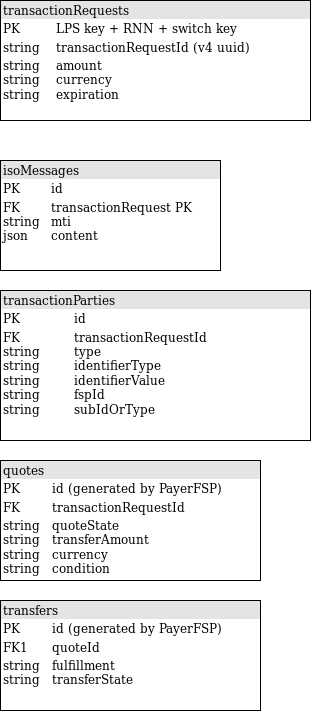
This is media/Adaptor-database-schema.png from mojaloop/mojaloop-adapter, a draw.io export, as it was before one commit. Source tidied: cells renumbered, new cells last; positions are measured from the earlier drawing's top-left corner, leaving out a move shared by most shapes.
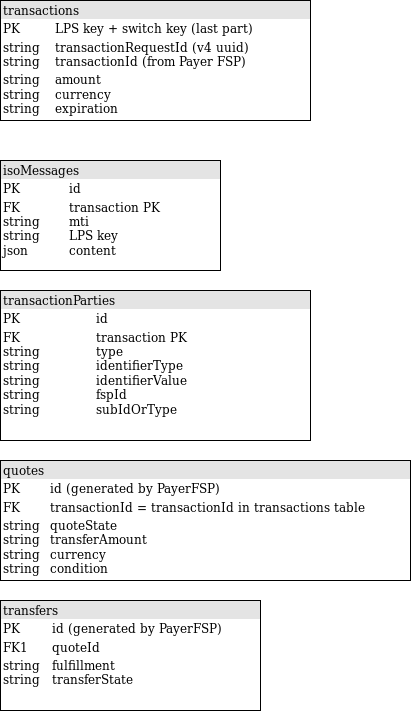
After the change.

What changed in the source:
```diff
@@ -2,17 +2,17 @@
   <root>
     <mxCell id="0" />
     <mxCell id="1" parent="0" />
-    <mxCell id="2" value="&lt;div style=&quot;box-sizing: border-box ; width: 100% ; background: #e4e4e4 ; padding: 2px&quot;&gt;transactionRequests&lt;br&gt;&lt;/div&gt;&lt;table style=&quot;width: 100% ; font-size: 1em&quot; cellspacing=&quot;0&quot; cellpadding=&quot;2&quot;&gt;&lt;tbody&gt;&lt;tr&gt;&lt;td&gt;PK&lt;/td&gt;&lt;td&gt;LPS key + RNN + switch key&lt;br&gt;&lt;/td&gt;&lt;/tr&gt;&lt;tr&gt;&lt;td&gt;string&lt;br&gt;&lt;/td&gt;&lt;td&gt;transactionRequestId (v4 uuid)&lt;br&gt;&lt;/td&gt;&lt;/tr&gt;&lt;tr&gt;&lt;td&gt;string&lt;br&gt;string&lt;br&gt;string&lt;br&gt;&lt;/td&gt;&lt;td&gt;amount&lt;br&gt;currency&lt;br&gt;expiration&lt;br&gt;&lt;/td&gt;&lt;/tr&gt;&lt;/tbody&gt;&lt;/table&gt;" style="verticalAlign=top;align=left;overflow=fill;html=1;" parent="1" vertex="1">
+    <mxCell id="2" value="&lt;div style=&quot;box-sizing: border-box ; width: 100% ; background: #e4e4e4 ; padding: 2px&quot;&gt;transactions&lt;br&gt;&lt;/div&gt;&lt;table style=&quot;width: 100% ; font-size: 1em&quot; cellspacing=&quot;0&quot; cellpadding=&quot;2&quot;&gt;&lt;tbody&gt;&lt;tr&gt;&lt;td&gt;PK&lt;/td&gt;&lt;td&gt;LPS key + switch key (last part)&lt;br&gt;&lt;/td&gt;&lt;/tr&gt;&lt;tr&gt;&lt;td&gt;string&lt;br&gt;string&lt;br&gt;&lt;/td&gt;&lt;td&gt;transactionRequestId (v4 uuid)&lt;br&gt;transactionId (from Payer FSP)&lt;br&gt;&lt;/td&gt;&lt;/tr&gt;&lt;tr&gt;&lt;td&gt;string&lt;br&gt;string&lt;br&gt;string&lt;br&gt;&lt;/td&gt;&lt;td&gt;amount&lt;br&gt;currency&lt;br&gt;expiration&lt;br&gt;&lt;/td&gt;&lt;/tr&gt;&lt;/tbody&gt;&lt;/table&gt;" style="verticalAlign=top;align=left;overflow=fill;html=1;" parent="1" vertex="1">
       <mxGeometry width="310" height="120" as="geometry" />
     </mxCell>
-    <mxCell id="3" value="&lt;div style=&quot;box-sizing: border-box ; width: 100% ; background: #e4e4e4 ; padding: 2px&quot;&gt;isoMessages&lt;/div&gt;&lt;table style=&quot;width: 100% ; font-size: 1em&quot; cellspacing=&quot;0&quot; cellpadding=&quot;2&quot;&gt;&lt;tbody&gt;&lt;tr&gt;&lt;td&gt;PK&lt;/td&gt;&lt;td&gt;id&lt;br&gt;&lt;/td&gt;&lt;/tr&gt;&lt;tr&gt;&lt;td&gt;FK&lt;br&gt;string&lt;br&gt;json&lt;br&gt;&lt;/td&gt;&lt;td&gt;transactionRequest PK&lt;br&gt;mti&lt;br&gt;content&lt;br&gt;&lt;/td&gt;&lt;/tr&gt;&lt;tr&gt;&lt;td&gt;&lt;br&gt;&lt;/td&gt;&lt;td&gt;&lt;br&gt;&lt;/td&gt;&lt;/tr&gt;&lt;/tbody&gt;&lt;/table&gt;" style="verticalAlign=top;align=left;overflow=fill;html=1;" parent="1" vertex="1">
+    <mxCell id="3" value="&lt;div style=&quot;box-sizing: border-box ; width: 100% ; background: #e4e4e4 ; padding: 2px&quot;&gt;isoMessages&lt;/div&gt;&lt;table style=&quot;width: 100% ; font-size: 1em&quot; cellspacing=&quot;0&quot; cellpadding=&quot;2&quot;&gt;&lt;tbody&gt;&lt;tr&gt;&lt;td&gt;PK&lt;/td&gt;&lt;td&gt;id&lt;br&gt;&lt;/td&gt;&lt;/tr&gt;&lt;tr&gt;&lt;td&gt;FK&lt;br&gt;string&lt;br&gt;string&lt;br&gt;json&lt;br&gt;&lt;/td&gt;&lt;td&gt;transaction PK&lt;br&gt;mti&lt;br&gt;LPS key&lt;br&gt;content&lt;br&gt;&lt;/td&gt;&lt;/tr&gt;&lt;tr&gt;&lt;td&gt;&lt;br&gt;&lt;/td&gt;&lt;td&gt;&lt;br&gt;&lt;/td&gt;&lt;/tr&gt;&lt;/tbody&gt;&lt;/table&gt;" style="verticalAlign=top;align=left;overflow=fill;html=1;" parent="1" vertex="1">
       <mxGeometry y="160" width="220" height="110" as="geometry" />
     </mxCell>
-    <mxCell id="4" value="&lt;div style=&quot;box-sizing: border-box ; width: 100% ; background: #e4e4e4 ; padding: 2px&quot;&gt;transactionParties&lt;br&gt;&lt;/div&gt;&lt;table style=&quot;width: 100% ; font-size: 1em&quot; cellspacing=&quot;0&quot; cellpadding=&quot;2&quot;&gt;&lt;tbody&gt;&lt;tr&gt;&lt;td&gt;PK&lt;/td&gt;&lt;td&gt;id&lt;/td&gt;&lt;/tr&gt;&lt;tr&gt;&lt;td&gt;FK&lt;br&gt;string&lt;br&gt;string&lt;br&gt;string&lt;br&gt;string&lt;br&gt;string&lt;br&gt;&lt;/td&gt;&lt;td&gt;transactionRequestId&lt;br&gt;type&lt;br&gt;identifierType&lt;br&gt;identifierValue&lt;br&gt;fspId&lt;br&gt;subIdOrType&lt;br&gt;&lt;/td&gt;&lt;/tr&gt;&lt;tr&gt;&lt;td&gt;&lt;br&gt;&lt;/td&gt;&lt;td&gt;&lt;br&gt;&lt;/td&gt;&lt;/tr&gt;&lt;/tbody&gt;&lt;/table&gt;" style="verticalAlign=top;align=left;overflow=fill;html=1;" parent="1" vertex="1">
+    <mxCell id="4" value="&lt;div style=&quot;box-sizing: border-box ; width: 100% ; background: #e4e4e4 ; padding: 2px&quot;&gt;transactionParties&lt;br&gt;&lt;/div&gt;&lt;table style=&quot;width: 100% ; font-size: 1em&quot; cellspacing=&quot;0&quot; cellpadding=&quot;2&quot;&gt;&lt;tbody&gt;&lt;tr&gt;&lt;td&gt;PK&lt;/td&gt;&lt;td&gt;id&lt;/td&gt;&lt;/tr&gt;&lt;tr&gt;&lt;td&gt;FK&lt;br&gt;string&lt;br&gt;string&lt;br&gt;string&lt;br&gt;string&lt;br&gt;string&lt;br&gt;&lt;/td&gt;&lt;td&gt;transaction PK&lt;br&gt;type&lt;br&gt;identifierType&lt;br&gt;identifierValue&lt;br&gt;fspId&lt;br&gt;subIdOrType&lt;br&gt;&lt;/td&gt;&lt;/tr&gt;&lt;tr&gt;&lt;td&gt;&lt;br&gt;&lt;/td&gt;&lt;td&gt;&lt;br&gt;&lt;/td&gt;&lt;/tr&gt;&lt;/tbody&gt;&lt;/table&gt;" style="verticalAlign=top;align=left;overflow=fill;html=1;" parent="1" vertex="1">
       <mxGeometry y="290" width="310" height="150" as="geometry" />
     </mxCell>
-    <mxCell id="5" value="&lt;div style=&quot;box-sizing: border-box ; width: 100% ; background: #e4e4e4 ; padding: 2px&quot;&gt;quotes&lt;br&gt;&lt;/div&gt;&lt;table style=&quot;width: 100% ; font-size: 1em&quot; cellspacing=&quot;0&quot; cellpadding=&quot;2&quot;&gt;&lt;tbody&gt;&lt;tr&gt;&lt;td&gt;PK&lt;/td&gt;&lt;td&gt;id (generated by PayerFSP)&lt;br&gt;&lt;/td&gt;&lt;/tr&gt;&lt;tr&gt;&lt;td&gt;FK&lt;/td&gt;&lt;td&gt;transactionRequestId&lt;/td&gt;&lt;/tr&gt;&lt;tr&gt;&lt;td&gt;string&lt;br&gt;string&lt;br&gt;string&lt;br&gt;string&lt;br&gt;&lt;/td&gt;&lt;td&gt;quoteState&lt;br&gt;transferAmount&lt;br&gt;currency&lt;br&gt;condition&lt;br&gt;&lt;/td&gt;&lt;/tr&gt;&lt;/tbody&gt;&lt;/table&gt;" style="verticalAlign=top;align=left;overflow=fill;html=1;" parent="1" vertex="1">
-      <mxGeometry y="460" width="260" height="120" as="geometry" />
+    <mxCell id="5" value="&lt;div style=&quot;box-sizing: border-box ; width: 100% ; background: #e4e4e4 ; padding: 2px&quot;&gt;quotes&lt;br&gt;&lt;/div&gt;&lt;table style=&quot;width: 100% ; font-size: 1em&quot; cellspacing=&quot;0&quot; cellpadding=&quot;2&quot;&gt;&lt;tbody&gt;&lt;tr&gt;&lt;td&gt;PK&lt;/td&gt;&lt;td&gt;id (generated by PayerFSP)&lt;br&gt;&lt;/td&gt;&lt;/tr&gt;&lt;tr&gt;&lt;td&gt;FK&lt;/td&gt;&lt;td&gt;transactionId = transactionId in transactions table&lt;br&gt;&lt;/td&gt;&lt;/tr&gt;&lt;tr&gt;&lt;td&gt;string&lt;br&gt;string&lt;br&gt;string&lt;br&gt;string&lt;br&gt;&lt;/td&gt;&lt;td&gt;quoteState&lt;br&gt;transferAmount&lt;br&gt;currency&lt;br&gt;condition&lt;br&gt;&lt;/td&gt;&lt;/tr&gt;&lt;/tbody&gt;&lt;/table&gt;" style="verticalAlign=top;align=left;overflow=fill;html=1;" parent="1" vertex="1">
+      <mxGeometry y="460" width="410" height="120" as="geometry" />
     </mxCell>
     <mxCell id="6" value="&lt;div style=&quot;box-sizing: border-box ; width: 100% ; background: #e4e4e4 ; padding: 2px&quot;&gt;transfers&lt;br&gt;&lt;/div&gt;&lt;table style=&quot;width: 100% ; font-size: 1em&quot; cellspacing=&quot;0&quot; cellpadding=&quot;2&quot;&gt;&lt;tbody&gt;&lt;tr&gt;&lt;td&gt;PK&lt;/td&gt;&lt;td&gt;id (generated by PayerFSP)&lt;br&gt;&lt;/td&gt;&lt;/tr&gt;&lt;tr&gt;&lt;td&gt;FK1&lt;/td&gt;&lt;td&gt;quoteId&lt;br&gt;&lt;/td&gt;&lt;/tr&gt;&lt;tr&gt;&lt;td&gt;string&lt;br&gt;string&lt;br&gt;&lt;/td&gt;&lt;td&gt;fulfillment&lt;br&gt;transferState&lt;br&gt;&lt;/td&gt;&lt;/tr&gt;&lt;/tbody&gt;&lt;/table&gt;" style="verticalAlign=top;align=left;overflow=fill;html=1;" parent="1" vertex="1">
       <mxGeometry y="600" width="260" height="110" as="geometry" />
```
